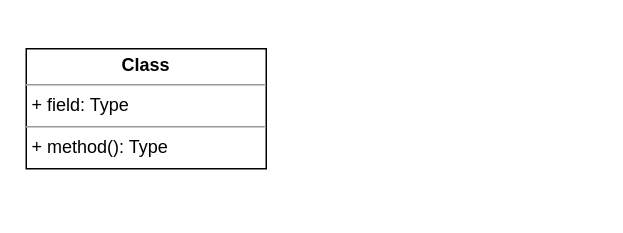
This is page "Huffman_Implementation" (1 of 2) of Huffman_implementation/Untitled Diagram.drawio from b22790188/homework, a draw.io file, before an edit. Source tidied: cells renumbered, new cells numbered last; positions are measured from the earlier drawing's top-left corner, leaving out a move shared by most shapes. Both pictures are drawn from the tidied source at 150%, with x=0, y=0 at pixel (26, 48).
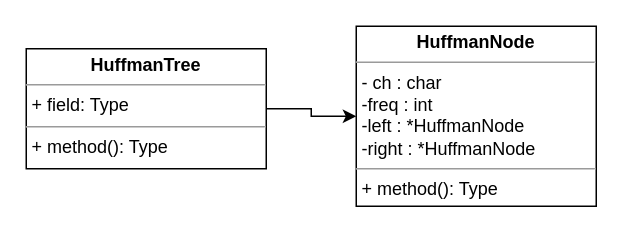
The same diagram, later.

Diff of the diagram source:
```diff
@@
 <mxGraphModel>
   <root>
     <mxCell id="0" />
     <mxCell id="1" parent="0" />
+    <mxCell id="3" style="edgeStyle=orthogonalEdgeStyle;rounded=0;jettySize=auto;html=1;exitX=1;exitY=0.5;exitDx=0;exitDy=0;entryX=0;entryY=0.5;entryDx=0;entryDy=0;" parent="1" edge="1" source="2" target="4">
+      <mxGeometry relative="1" as="geometry" />
+    </mxCell>
-    <mxCell id="2" value="&lt;p style=&quot;margin:0px;margin-top:4px;text-align:center;&quot;&gt;&lt;b&gt;Class&lt;/b&gt;&lt;/p&gt;&lt;hr size=&quot;1&quot;/&gt;&lt;p style=&quot;margin:0px;margin-left:4px;&quot;&gt;+ field: Type&lt;/p&gt;&lt;hr size=&quot;1&quot;/&gt;&lt;p style=&quot;margin:0px;margin-left:4px;&quot;&gt;+ method(): Type&lt;/p&gt;" style="verticalAlign=top;align=left;overflow=fill;fontSize=12;fontFamily=Helvetica;html=1;" parent="1" vertex="1">
+    <mxCell id="2" value="&lt;p style=&quot;margin:0px;margin-top:4px;text-align:center;&quot;&gt;&lt;b&gt;HuffmanTree&lt;/b&gt;&lt;br&gt;&lt;/p&gt;&lt;hr size=&quot;1&quot;&gt;&lt;p style=&quot;margin:0px;margin-left:4px;&quot;&gt;+ field: Type&lt;/p&gt;&lt;hr size=&quot;1&quot;&gt;&lt;p style=&quot;margin:0px;margin-left:4px;&quot;&gt;+ method(): Type&lt;/p&gt;" style="verticalAlign=top;align=left;overflow=fill;fontSize=12;fontFamily=Helvetica;html=1;" parent="1" vertex="1">
       <mxGeometry width="160" height="80" as="geometry" />
     </mxCell>
+    <mxCell id="4" value="&lt;p style=&quot;margin:0px;margin-top:4px;text-align:center;&quot;&gt;&lt;b&gt;HuffmanNode&lt;/b&gt;&lt;br&gt;&lt;/p&gt;&lt;hr size=&quot;1&quot;&gt;&lt;p style=&quot;margin:0px;margin-left:4px;&quot;&gt;- ch : char&lt;/p&gt;&lt;p style=&quot;margin:0px;margin-left:4px;&quot;&gt;-freq : int&lt;/p&gt;&lt;p style=&quot;margin:0px;margin-left:4px;&quot;&gt;-left : *HuffmanNode&lt;/p&gt;&lt;p style=&quot;margin:0px;margin-left:4px;&quot;&gt;-right : *HuffmanNode&lt;br&gt;&lt;/p&gt;&lt;hr size=&quot;1&quot;&gt;&lt;p style=&quot;margin:0px;margin-left:4px;&quot;&gt;+ method(): Type&lt;/p&gt;" style="verticalAlign=top;align=left;overflow=fill;fontSize=12;fontFamily=Helvetica;html=1;" parent="1" vertex="1">
+      <mxGeometry x="220" y="-15" width="160" height="120" as="geometry" />
+    </mxCell>
   </root>
 </mxGraphModel>
```
